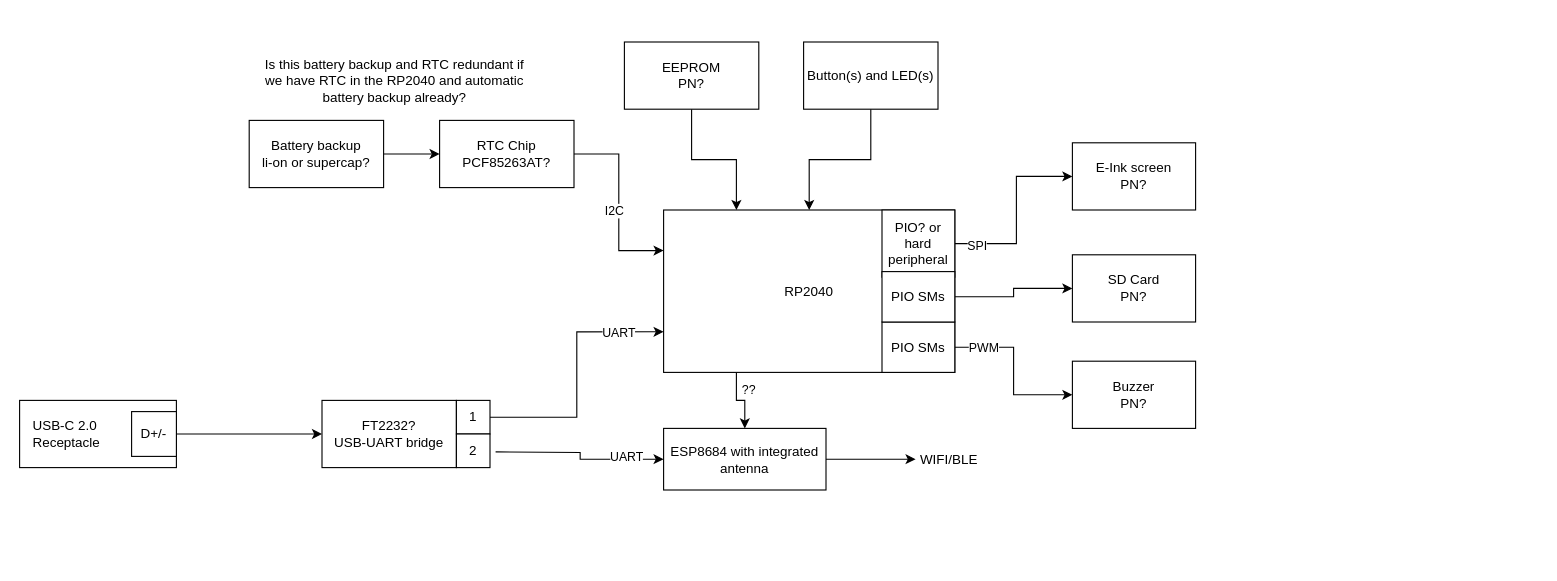
Before: page "Data Path" (1 of 2) of hw_architecture/alarm_clk_blk.drawio in DawsonTheroux/alarm_clock, a draw.io diagram. Source tidied: cells renumbered, new cells numbered last; positions are measured from the earlier drawing's top-left corner, leaving out a move shared by most shapes. Both pictures are drawn from the tidied source at 112%, with x=0, y=0 at pixel (19, 41).
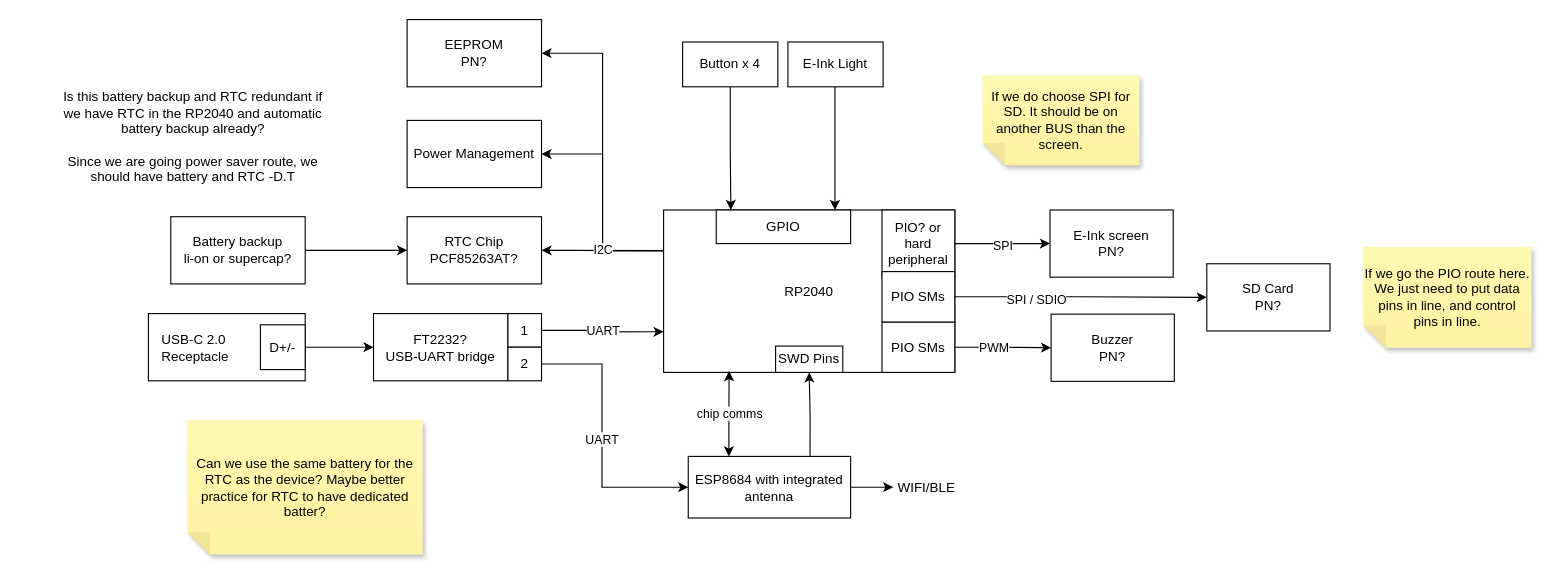
After the change.

Commit message (it also covers changes not shown here):
Updated hw design and grouped peripherals by I2C, SPI, GPIO

The change refers to these unchanged cells:
```xml
<mxCell id="10" value="&lt;div style=&quot;text-align: justify;&quot;&gt;&lt;span style=&quot;background-color: initial;&quot;&gt;RP2040&lt;/span&gt;&lt;/div&gt;" style="rounded=0;whiteSpace=wrap;html=1;" parent="1" vertex="1">
  <mxGeometry x="575" y="150" width="260" height="145" as="geometry" />
</mxCell>
<mxCell id="25" style="edgeStyle=orthogonalEdgeStyle;rounded=0;jettySize=auto;html=1;entryX=0;entryY=0.5;entryDx=0;entryDy=0;" parent="1" edge="1" source="27" target="29">
  <mxGeometry relative="1" as="geometry" />
</mxCell>
<mxCell id="28" value="PIO? or hard peripheral" style="rounded=0;whiteSpace=wrap;html=1;" parent="1" vertex="1">
  <mxGeometry x="770" y="150" width="65" height="60" as="geometry" />
</mxCell>
<mxCell id="35" style="edgeStyle=orthogonalEdgeStyle;rounded=0;jettySize=auto;html=1;entryX=0;entryY=0.5;entryDx=0;entryDy=0;" parent="1" edge="1" source="36" target="37">
  <mxGeometry relative="1" as="geometry" />
</mxCell>
```

What changed in the source:
```diff
@@
     <mxCell id="2" value="FT2232?&lt;br&gt;USB-UART bridge" style="rounded=0;whiteSpace=wrap;html=1;" parent="1" vertex="1">
-      <mxGeometry x="270" y="320" width="120" height="60" as="geometry" />
+      <mxGeometry x="316" y="242.5" width="120" height="60" as="geometry" />
     </mxCell>
     <mxCell id="3" value="&amp;nbsp; &amp;nbsp;USB-C 2.0 &lt;br&gt;&amp;nbsp; &amp;nbsp;Receptacle" style="rounded=0;whiteSpace=wrap;html=1;align=left;" parent="1" vertex="1">
-      <mxGeometry y="320" width="140" height="60" as="geometry" />
+      <mxGeometry x="115" y="242.5" width="140" height="60" as="geometry" />
     </mxCell>
@@
     <mxCell id="5" value="D+/-" style="whiteSpace=wrap;html=1;" parent="1" vertex="1">
-      <mxGeometry x="100" y="330" width="40" height="40" as="geometry" />
+      <mxGeometry x="215" y="252.5" width="40" height="40" as="geometry" />
     </mxCell>
-    <mxCell id="6" style="edgeStyle=orthogonalEdgeStyle;rounded=0;jettySize=auto;html=1;entryX=0;entryY=0.5;entryDx=0;entryDy=0;" parent="1" edge="1" source="10" target="23">
-      <mxGeometry relative="1" as="geometry">
-        <Array as="points">
-          <mxPoint x="890" y="180" />
-          <mxPoint x="890" y="120" />
-        </Array>
-      </mxGeometry>
-    </mxCell>
-    <mxCell id="7" value="SPI" style="edgeLabel;html=1;align=center;verticalAlign=middle;" parent="6" vertex="1">
-      <mxGeometry x="0.36" y="2" relative="1" as="geometry">
-        <mxPoint x="-34" y="58" as="offset" />
-      </mxGeometry>
-    </mxCell>
-    <mxCell id="8" style="edgeStyle=orthogonalEdgeStyle;rounded=0;jettySize=auto;html=1;entryX=0.5;entryY=0;entryDx=0;entryDy=0;exitX=0.25;exitY=1;exitDx=0;exitDy=0;" parent="1" edge="1" source="10" target="12">
-      <mxGeometry relative="1" as="geometry" />
-    </mxCell>
-    <mxCell id="9" value="??" style="edgeLabel;html=1;align=center;verticalAlign=middle;" parent="8" vertex="1">
-      <mxGeometry x="-0.2" y="1" relative="1" as="geometry">
-        <mxPoint x="9" y="-8" as="offset" />
-      </mxGeometry>
-    </mxCell>
+    <mxCell id="39" style="edgeStyle=orthogonalEdgeStyle;rounded=0;jettySize=auto;html=1;entryX=1;entryY=0.5;entryDx=0;entryDy=0;exitX=0;exitY=0.25;exitDx=0;exitDy=0;" parent="1" edge="1" source="10" target="31">
+      <mxGeometry relative="1" as="geometry" />
+    </mxCell>
+    <mxCell id="40" style="edgeStyle=orthogonalEdgeStyle;rounded=0;jettySize=auto;html=1;entryX=1;entryY=0.5;entryDx=0;entryDy=0;exitX=0;exitY=0.25;exitDx=0;exitDy=0;" parent="1" edge="1" source="10" target="46">
+      <mxGeometry relative="1" as="geometry" />
+    </mxCell>
@@
+    <mxCell id="41" value="chip comms" style="edgeStyle=orthogonalEdgeStyle;rounded=0;jettySize=auto;html=1;entryX=0.225;entryY=0.992;entryDx=0;entryDy=0;exitX=0.25;exitY=0;exitDx=0;exitDy=0;entryPerimeter=0;startArrow=classic;startFill=1;" parent="1" edge="1" source="12" target="10">
+      <mxGeometry relative="1" as="geometry" />
+    </mxCell>
@@
     <mxCell id="12" value="&lt;div style=&quot;&quot;&gt;&lt;span style=&quot;background-color: initial;&quot;&gt;ESP8684 with integrated antenna&lt;/span&gt;&lt;/div&gt;" style="rounded=0;whiteSpace=wrap;html=1;align=center;" parent="1" vertex="1">
-      <mxGeometry x="575" y="345" width="145" height="55" as="geometry" />
+      <mxGeometry x="597" y="370" width="145" height="55" as="geometry" />
     </mxCell>
     <mxCell id="13" value="1" style="whiteSpace=wrap;html=1;" parent="1" vertex="1">
-      <mxGeometry x="390" y="320" width="30" height="30" as="geometry" />
+      <mxGeometry x="436" y="242.5" width="30" height="30" as="geometry" />
     </mxCell>
     <mxCell id="14" value="2" style="whiteSpace=wrap;html=1;" parent="1" vertex="1">
-      <mxGeometry x="390" y="350" width="30" height="30" as="geometry" />
+      <mxGeometry x="436" y="272.5" width="30" height="30" as="geometry" />
     </mxCell>
-    <mxCell id="15" style="edgeStyle=orthogonalEdgeStyle;rounded=0;jettySize=auto;html=1;entryX=0;entryY=0.75;entryDx=0;entryDy=0;" parent="1" edge="1" source="13" target="10">
+    <mxCell id="15" value="UART" style="edgeStyle=orthogonalEdgeStyle;rounded=0;jettySize=auto;html=1;entryX=0;entryY=0.75;entryDx=0;entryDy=0;" parent="1" edge="1" source="13" target="10">
       <mxGeometry relative="1" as="geometry" />
     </mxCell>
-    <mxCell id="16" value="UART" style="edgeLabel;html=1;align=center;verticalAlign=middle;" parent="15" vertex="1">
-      <mxGeometry x="-0.39" y="1" relative="1" as="geometry">
-        <mxPoint x="43" y="-75" as="offset" />
-      </mxGeometry>
-    </mxCell>
-    <mxCell id="17" style="edgeStyle=orthogonalEdgeStyle;rounded=0;jettySize=auto;html=1;entryX=0;entryY=0.5;entryDx=0;entryDy=0;" parent="1" edge="1" target="12">
+    <mxCell id="17" value="UART" style="edgeStyle=orthogonalEdgeStyle;rounded=0;jettySize=auto;html=1;entryX=0;entryY=0.5;entryDx=0;entryDy=0;" parent="1" edge="1" source="14" target="12">
       <mxGeometry relative="1" as="geometry">
-        <mxPoint x="425" y="366" as="sourcePoint" />
+        <Array as="points">
+          <mxPoint x="520" y="288" />
+          <mxPoint x="520" y="398" />
+        </Array>
       </mxGeometry>
     </mxCell>
-    <mxCell id="18" value="UART" style="edgeLabel;html=1;align=center;verticalAlign=middle;" parent="17" vertex="1">
-      <mxGeometry x="-0.28" relative="1" as="geometry">
-        <mxPoint x="61" y="4" as="offset" />
-      </mxGeometry>
-    </mxCell>
     <mxCell id="19" value="RTC Chip&lt;br&gt;PCF85263AT?" style="rounded=0;whiteSpace=wrap;html=1;" parent="1" vertex="1">
-      <mxGeometry x="375" y="70" width="120" height="60" as="geometry" />
+      <mxGeometry x="346" y="156" width="120" height="60" as="geometry" />
     </mxCell>
@@
     <mxCell id="21" value="Battery backup&lt;br&gt;li-on or supercap?" style="rounded=0;whiteSpace=wrap;html=1;" parent="1" vertex="1">
-      <mxGeometry x="205" y="70" width="120" height="60" as="geometry" />
+      <mxGeometry x="135" y="156" width="120" height="60" as="geometry" />
     </mxCell>
-    <mxCell id="22" style="edgeStyle=orthogonalEdgeStyle;rounded=0;jettySize=auto;html=1;entryX=0;entryY=0.25;entryDx=0;entryDy=0;" parent="1" edge="1" source="19" target="10">
-      <mxGeometry relative="1" as="geometry" />
+    <mxCell id="22" value="I2C" style="edgeStyle=orthogonalEdgeStyle;rounded=0;jettySize=auto;html=1;entryX=0;entryY=0.25;entryDx=0;entryDy=0;startArrow=classic;startFill=1;endArrow=none;endFill=0;" parent="1" edge="1" source="19" target="10">
+      <mxGeometry relative="1" as="geometry">
+        <Array as="points">
+          <mxPoint x="490" y="186" />
+          <mxPoint x="490" y="186" />
+        </Array>
+      </mxGeometry>
     </mxCell>
     <mxCell id="23" value="E-Ink screen&lt;br&gt;PN?" style="rounded=0;whiteSpace=wrap;html=1;" parent="1" vertex="1">
-      <mxGeometry x="940" y="90" width="110" height="60" as="geometry" />
+      <mxGeometry x="920" y="150" width="110" height="60" as="geometry" />
     </mxCell>
     <mxCell id="24" value="WIFI/BLE" style="text;html=1;align=center;verticalAlign=middle;whiteSpace=wrap;rounded=0;" parent="1" vertex="1">
-      <mxGeometry x="800" y="357.5" width="60" height="30" as="geometry" />
+      <mxGeometry x="780" y="382.5" width="60" height="30" as="geometry" />
     </mxCell>
@@
     <mxCell id="26" value="PWM" style="edgeLabel;html=1;align=center;verticalAlign=middle;" parent="25" vertex="1">
       <mxGeometry x="0.06" y="-1" relative="1" as="geometry">
-        <mxPoint x="-26" y="-26" as="offset" />
+        <mxPoint x="-11" y="-2" as="offset" />
       </mxGeometry>
     </mxCell>
@@
+    <mxCell id="42" style="edgeStyle=orthogonalEdgeStyle;rounded=0;jettySize=auto;html=1;" parent="1" edge="1" source="28" target="23">
+      <mxGeometry relative="1" as="geometry" />
+    </mxCell>
+    <mxCell id="7" value="SPI" style="edgeLabel;html=1;align=center;verticalAlign=middle;" parent="42" vertex="1">
+      <mxGeometry x="-0.02" y="-1" relative="1" as="geometry" />
+    </mxCell>
@@
     <mxCell id="29" value="Buzzer&lt;br&gt;PN?" style="rounded=0;whiteSpace=wrap;html=1;" parent="1" vertex="1">
-      <mxGeometry x="940" y="285" width="110" height="60" as="geometry" />
+      <mxGeometry x="921" y="243" width="110" height="60" as="geometry" />
     </mxCell>
-    <mxCell id="30" style="edgeStyle=orthogonalEdgeStyle;rounded=0;jettySize=auto;html=1;entryX=0.25;entryY=0;entryDx=0;entryDy=0;" parent="1" edge="1" source="31" target="10">
-      <mxGeometry relative="1" as="geometry" />
-    </mxCell>
     <mxCell id="31" value="&lt;span style=&quot;font-weight: normal;&quot;&gt;EEPROM&lt;br&gt;PN?&lt;/span&gt;" style="rounded=0;whiteSpace=wrap;html=1;fontStyle=1;" parent="1" vertex="1">
-      <mxGeometry x="540" width="120" height="60" as="geometry" />
+      <mxGeometry x="346" y="-20" width="120" height="60" as="geometry" />
     </mxCell>
-    <mxCell id="32" style="edgeStyle=orthogonalEdgeStyle;rounded=0;jettySize=auto;html=1;entryX=0.5;entryY=0;entryDx=0;entryDy=0;" parent="1" edge="1" source="33" target="10">
+    <mxCell id="32" style="edgeStyle=orthogonalEdgeStyle;rounded=0;jettySize=auto;html=1;entryX=0.231;entryY=0;entryDx=0;entryDy=0;entryPerimeter=0;" parent="1" edge="1" source="33" target="10">
       <mxGeometry relative="1" as="geometry" />
     </mxCell>
-    <mxCell id="33" value="Button(s) and LED(s)" style="rounded=0;whiteSpace=wrap;html=1;" parent="1" vertex="1">
-      <mxGeometry x="700" width="120" height="60" as="geometry" />
+    <mxCell id="33" value="Button x 4" style="rounded=0;whiteSpace=wrap;html=1;" parent="1" vertex="1">
+      <mxGeometry x="592" width="85" height="40" as="geometry" />
     </mxCell>
-    <mxCell id="34" value="I2C" style="edgeLabel;html=1;align=center;verticalAlign=middle;" parent="1" vertex="1">
-      <mxGeometry x="530" y="150" as="geometry" />
-    </mxCell>
@@
+    <mxCell id="43" value="SPI / SDIO" style="edgeLabel;html=1;align=center;verticalAlign=middle;" parent="35" vertex="1">
+      <mxGeometry x="-0.36" y="-2" relative="1" as="geometry" />
+    </mxCell>
@@
     <mxCell id="37" value="SD Card&lt;br&gt;PN?" style="rounded=0;whiteSpace=wrap;html=1;" parent="1" vertex="1">
-      <mxGeometry x="940" y="190" width="110" height="60" as="geometry" />
+      <mxGeometry x="1060" y="198" width="110" height="60" as="geometry" />
     </mxCell>
-    <mxCell id="38" value="Is this battery backup and RTC redundant if we have RTC in the RP2040 and automatic battery backup already?" style="text;html=1;align=center;verticalAlign=middle;whiteSpace=wrap;rounded=0;" parent="1" vertex="1">
-      <mxGeometry x="210" y="10" width="250" height="50" as="geometry" />
+    <mxCell id="38" value="Is this battery backup and RTC redundant if we have RTC in the RP2040 and automatic battery backup already?&lt;br&gt;&lt;br&gt;Since we are going power saver route, we should have battery and RTC -D.T" style="text;html=1;align=center;verticalAlign=middle;whiteSpace=wrap;rounded=0;" parent="1" vertex="1">
+      <mxGeometry x="30" y="30" width="250" height="110" as="geometry" />
     </mxCell>
+    <mxCell id="44" value="SWD Pins" style="rounded=0;whiteSpace=wrap;html=1;" parent="1" vertex="1">
+      <mxGeometry x="675" y="271.5" width="60" height="23.5" as="geometry" />
+    </mxCell>
+    <mxCell id="45" style="edgeStyle=orthogonalEdgeStyle;rounded=0;jettySize=auto;html=1;exitX=0.75;exitY=0;exitDx=0;exitDy=0;" parent="1" edge="1" source="12" target="10">
+      <mxGeometry relative="1" as="geometry" />
+    </mxCell>
+    <mxCell id="46" value="&lt;span style=&quot;font-weight: 400;&quot;&gt;Power Management&lt;/span&gt;" style="rounded=0;whiteSpace=wrap;html=1;fontStyle=1;" parent="1" vertex="1">
+      <mxGeometry x="346" y="70" width="120" height="60" as="geometry" />
+    </mxCell>
+    <mxCell id="47" value="GPIO" style="rounded=0;whiteSpace=wrap;html=1;" parent="1" vertex="1">
+      <mxGeometry x="622" y="150" width="120" height="30" as="geometry" />
+    </mxCell>
+    <mxCell id="48" style="edgeStyle=orthogonalEdgeStyle;rounded=0;jettySize=auto;html=1;entryX=0.231;entryY=0;entryDx=0;entryDy=0;entryPerimeter=0;" parent="1" edge="1" source="49">
+      <mxGeometry relative="1" as="geometry">
+        <mxPoint x="728" y="150" as="targetPoint" />
+      </mxGeometry>
+    </mxCell>
+    <mxCell id="49" value="E-Ink Light" style="rounded=0;whiteSpace=wrap;html=1;" parent="1" vertex="1">
+      <mxGeometry x="686" width="85" height="40" as="geometry" />
+    </mxCell>
+    <mxCell id="50" value="If we go the PIO route here. We just need to put data pins in line, and control pins in line." style="shape=note;whiteSpace=wrap;html=1;backgroundOutline=1;fontColor=#000000;darkOpacity=0.05;fillColor=#FFF9B2;strokeColor=none;fillStyle=solid;direction=west;gradientDirection=north;gradientColor=#FFF2A1;shadow=1;size=20;" parent="1" vertex="1">
+      <mxGeometry x="1200" y="183" width="150" height="90" as="geometry" />
+    </mxCell>
+    <mxCell id="51" value="If we do choose SPI for SD. It should be on another BUS than the screen." style="shape=note;whiteSpace=wrap;html=1;backgroundOutline=1;fontColor=#000000;darkOpacity=0.05;fillColor=#FFF9B2;strokeColor=none;fillStyle=solid;direction=west;gradientDirection=north;gradientColor=#FFF2A1;shadow=1;size=20;" parent="1" vertex="1">
+      <mxGeometry x="860" y="30" width="140" height="80" as="geometry" />
+    </mxCell>
+    <mxCell id="52" value="Can we use the same battery for the RTC as the device? Maybe better practice for RTC to have dedicated batter?" style="shape=note;whiteSpace=wrap;html=1;backgroundOutline=1;fontColor=#000000;darkOpacity=0.05;fillColor=#FFF9B2;strokeColor=none;fillStyle=solid;direction=west;gradientDirection=north;gradientColor=#FFF2A1;shadow=1;size=20;" parent="1" vertex="1">
+      <mxGeometry x="150" y="337.5" width="210" height="120" as="geometry" />
+    </mxCell>
```
